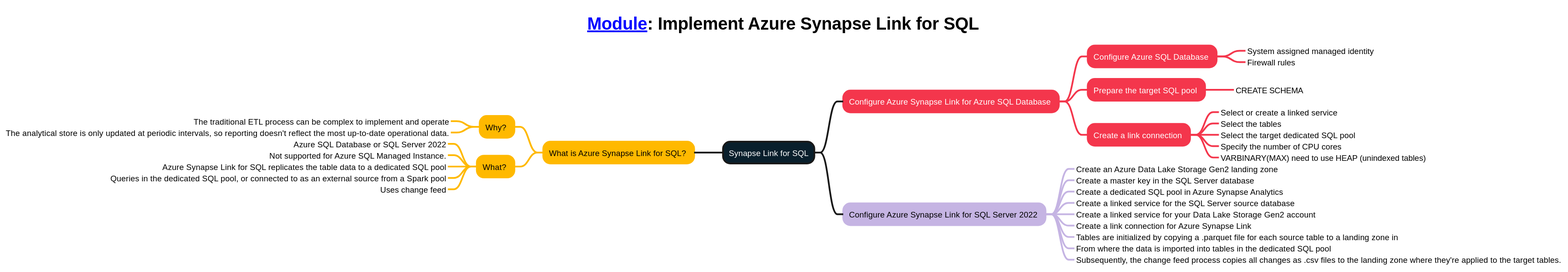
This is mindmaps/16-Implement Azure Synapse Link for SQL.svg from weslbo/dp-203, a PlantUML export, as it was before one commit. Its diagram source:
```plantuml
@startmindmap
<style>
title {
        FontSize 30
        FontColor #000000
    }
mindmapDiagram {
    :depth(0) {
        BackgroundColor #091f2c
        FontColor #ffffff
        LineThickness 3.0
    }
    .topic1 {
        BackgroundColor #ffb900
        LineColor #ffb900
        LineThickness 3.0
        FontColor #000000
    }
    .topic2 {
        BackgroundColor #f4364c
        LineColor #f4364c
        LineThickness 3.0
        FontColor #ffffff
    }
    .topic3 {
        BackgroundColor #c5b4e3
        LineColor #c5b4e3
        LineThickness 3.0
        FontColor #000000
    }
    .topic4 {
        BackgroundColor #e1d3c7
        LineColor #e1d3c7
        LineThickness 3.0
        FontColor #000000
    }
    .topic5 {
        BackgroundColor #07641d
        LineColor #07641d
        LineThickness 3.0
        FontColor #ffffff
    }
}
</style>
title [[https://learn.microsoft.com/training/modules/implement-synapse-link-for-sql/ Module]]: Implement Azure Synapse Link for SQL
+ Synapse Link for SQL
-- What is Azure Synapse Link for SQL? <<topic1>>
--- Why? <<topic1>>
----_ The traditional ETL process can be complex to implement and operate
----_ The analytical store is only updated at periodic intervals, so reporting doesn't reflect the most up-to-date operational data.
--- What? <<topic1>>
----_ Azure SQL Database or SQL Server 2022
----_ Not supported for Azure SQL Managed Instance.
----_ Azure Synapse Link for SQL replicates the table data to a dedicated SQL pool
----_ Queries in the dedicated SQL pool, or connected to as an external source from a Spark pool
----_ Uses change feed
++ Configure Azure Synapse Link for Azure SQL Database <<topic2>>
+++ Configure Azure SQL Database <<topic2>>
++++_ System assigned managed identity
++++_ Firewall rules
+++ Prepare the target SQL pool <<topic2>>
++++_ CREATE SCHEMA
+++ Create a link connection <<topic2>>
++++_ Select or create a linked service
++++_ Select the tables
++++_ Select the target dedicated SQL pool
++++_ Specify the number of CPU cores
++++_ VARBINARY(MAX) need to use HEAP (unindexed tables)
++ Configure Azure Synapse Link for SQL Server 2022 <<topic3>>
+++_ Create an Azure Data Lake Storage Gen2 landing zone
+++_ Create a master key in the SQL Server database
+++_ Create a dedicated SQL pool in Azure Synapse Analytics
+++_ Create a linked service for the SQL Server source database
+++_ Create a linked service for your Data Lake Storage Gen2 account
+++_ Create a link connection for Azure Synapse Link
+++_ Tables are initialized by copying a .parquet file for each source table to a landing zone in
+++_ From where the data is imported into tables in the dedicated SQL pool
+++_ Subsequently, the change feed process copies all changes as .csv files to the landing zone where they're applied to the target tables.
@endmindmap
```
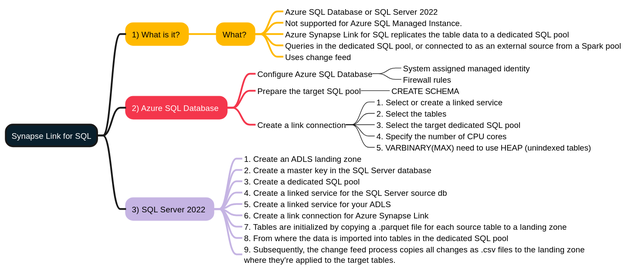
Later version of the same file.

What changed in the source:
```diff
@@ -1,79 +1,69 @@
 @startmindmap
 <style>
-title {
-        FontSize 30
-        FontColor #000000
-    }
-mindmapDiagram {
-    :depth(0) {
-        BackgroundColor #091f2c
-        FontColor #ffffff
-        LineThickness 3.0
-    }
-    .topic1 {
-        BackgroundColor #ffb900
-        LineColor #ffb900
-        LineThickness 3.0
-        FontColor #000000
-    }
-    .topic2 {
-        BackgroundColor #f4364c
-        LineColor #f4364c
-        LineThickness 3.0
-        FontColor #ffffff
-    }
-    .topic3 {
-        BackgroundColor #c5b4e3
-        LineColor #c5b4e3
-        LineThickness 3.0
-        FontColor #000000
-    }
-    .topic4 {
-        BackgroundColor #e1d3c7
-        LineColor #e1d3c7
-        LineThickness 3.0
-        FontColor #000000
-    }
-    .topic5 {
-        BackgroundColor #07641d
-        LineColor #07641d
-        LineThickness 3.0
-        FontColor #ffffff
-    }
+:depth(0) {
+    BackgroundColor #091f2c
+    FontColor #ffffff
+    LineThickness 3.0
+}
+.topic1 {
+    BackgroundColor #ffb900
+    LineColor #ffb900
+    LineThickness 3.0
+    FontColor #000000
+}
+.topic2 {
+    BackgroundColor #f4364c
+    LineColor #f4364c
+    LineThickness 3.0
+    FontColor #ffffff
+}
+.topic3 {
+    BackgroundColor #c5b4e3
+    LineColor #c5b4e3
+    LineThickness 3.0
+    FontColor #000000
+}
+.topic4 {
+    BackgroundColor #e1d3c7
+    LineColor #e1d3c7
+    LineThickness 3.0
+    FontColor #000000
+}
+.topic5 {
+    BackgroundColor #07641d
+    LineColor #07641d
+    LineThickness 3.0
+    FontColor #ffffff
 }
 </style>
-title [[https://learn.microsoft.com/training/modules/implement-synapse-link-for-sql/ Module]]: Implement Azure Synapse Link for SQL
 + Synapse Link for SQL
--- What is Azure Synapse Link for SQL? <<topic1>>
---- Why? <<topic1>>
-----_ The traditional ETL process can be complex to implement and operate
-----_ The analytical store is only updated at periodic intervals, so reporting doesn't reflect the most up-to-date operational data.
---- What? <<topic1>>
-----_ Azure SQL Database or SQL Server 2022
-----_ Not supported for Azure SQL Managed Instance.
-----_ Azure Synapse Link for SQL replicates the table data to a dedicated SQL pool
-----_ Queries in the dedicated SQL pool, or connected to as an external source from a Spark pool
-----_ Uses change feed
-++ Configure Azure Synapse Link for Azure SQL Database <<topic2>>
-+++ Configure Azure SQL Database <<topic2>>
+++ 1) What is it? <<topic1>>
++++ What? <<topic1>>
+++++_ Azure SQL Database or SQL Server 2022
+++++_ Not supported for Azure SQL Managed Instance.
+++++_ Azure Synapse Link for SQL replicates the table data to a dedicated SQL pool
+++++_ Queries in the dedicated SQL pool, or connected to as an external source from a Spark pool
+++++_ Uses change feed
+++ 2) Azure SQL Database <<topic2>>
++++_ Configure Azure SQL Database
 ++++_ System assigned managed identity
 ++++_ Firewall rules
-+++ Prepare the target SQL pool <<topic2>>
++++_ Prepare the target SQL pool
 ++++_ CREATE SCHEMA
-+++ Create a link connection <<topic2>>
-++++_ Select or create a linked service
-++++_ Select the tables
-++++_ Select the target dedicated SQL pool
-++++_ Specify the number of CPU cores
-++++_ VARBINARY(MAX) need to use HEAP (unindexed tables)
-++ Configure Azure Synapse Link for SQL Server 2022 <<topic3>>
-+++_ Create an Azure Data Lake Storage Gen2 landing zone
-+++_ Create a master key in the SQL Server database
-+++_ Create a dedicated SQL pool in Azure Synapse Analytics
-+++_ Create a linked service for the SQL Server source database
-+++_ Create a linked service for your Data Lake Storage Gen2 account
-+++_ Create a link connection for Azure Synapse Link
-+++_ Tables are initialized by copying a .parquet file for each source table to a landing zone in
-+++_ From where the data is imported into tables in the dedicated SQL pool
-+++_ Subsequently, the change feed process copies all changes as .csv files to the landing zone where they're applied to the target tables.
++++_ Create a link connection
+++++_ 1. Select or create a linked service
+++++_ 2. Select the tables
+++++_ 3. Select the target dedicated SQL pool
+++++_ 4. Specify the number of CPU cores
+++++_ 5. VARBINARY(MAX) need to use HEAP (unindexed tables)
+++ 3) SQL Server 2022 <<topic3>>
++++_ 1. Create an ADLS landing zone
++++_ 2. Create a master key in the SQL Server database
++++_ 3. Create a dedicated SQL pool
++++_ 4. Create a linked service for the SQL Server source db
++++_ 5. Create a linked service for your ADLS
++++_ 6. Create a link connection for Azure Synapse Link
++++_ 7. Tables are initialized by copying a .parquet file for each source table to a landing zone
++++_ 8. From where the data is imported into tables in the dedicated SQL pool
++++_ 9. Subsequently, the change feed process copies all changes as .csv files to the landing zone \nwhere they're applied to the target tables.
 @endmindmap
```
